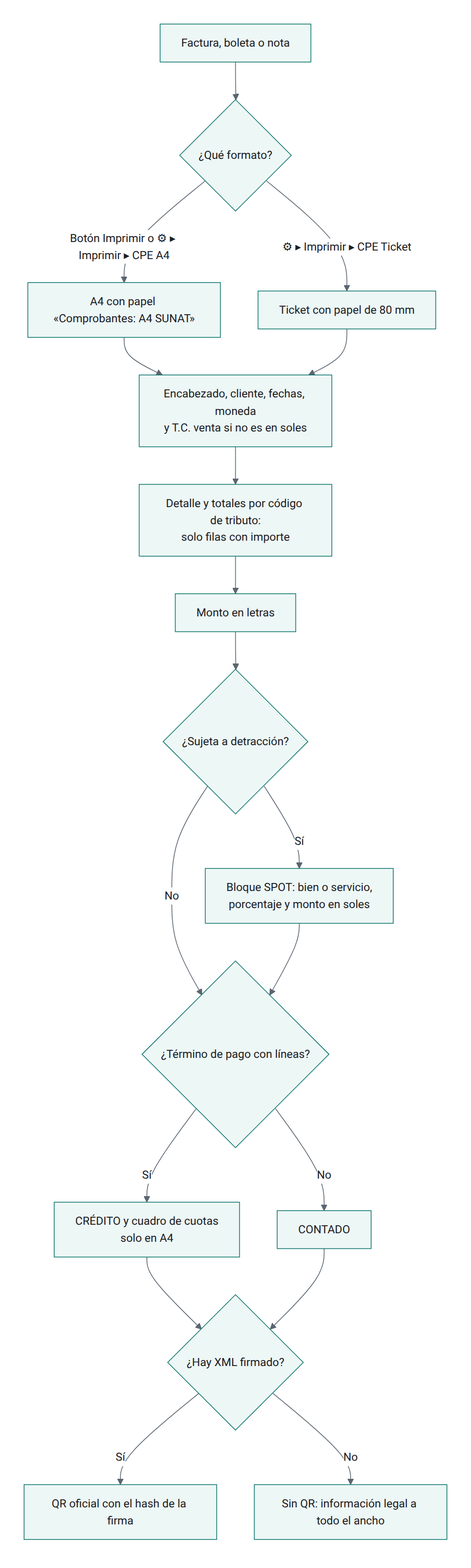
This is al_l10n_pe_invoice/static/description/diagramas/impresion.png from olanoit/ol_new_apps, a Mermaid export, as it was before one commit. Its source is kept beside it as al_l10n_pe_invoice/static/description/diagramas/impresion.mmd. Its diagram source:
```mermaid
flowchart TD
  A[Factura, boleta o nota] --> B{¿Qué formato?}
  B -- "Botón Imprimir o ⚙ ▸ Imprimir ▸ CPE A4" --> C[A4 con papel «Comprobantes: A4 SUNAT»]
  B -- "⚙ ▸ Imprimir ▸ CPE Ticket" --> D[Ticket con papel de 80 mm]
  C --> E[Encabezado, cliente, fechas, moneda<br/>y T.C. venta si no es en soles]
  D --> E
  E --> F[Detalle y totales por código de tributo:<br/>solo filas con importe]
  F --> G[Monto en letras]
  G --> H{¿Sujeta a detracción?}
  H -- Sí --> I[Bloque SPOT: bien o servicio,<br/>porcentaje y monto en soles]
  H -- No --> J
  I --> J{¿Término de pago con líneas?}
  J -- Sí --> K[CRÉDITO y cuadro de cuotas<br/>solo en A4]
  J -- No --> L[CONTADO]
  K --> M{¿Hay XML firmado?}
  L --> M
  M -- Sí --> N[QR oficial con el hash de la firma]
  M -- No --> O[Sin QR: información legal a todo el ancho]
```
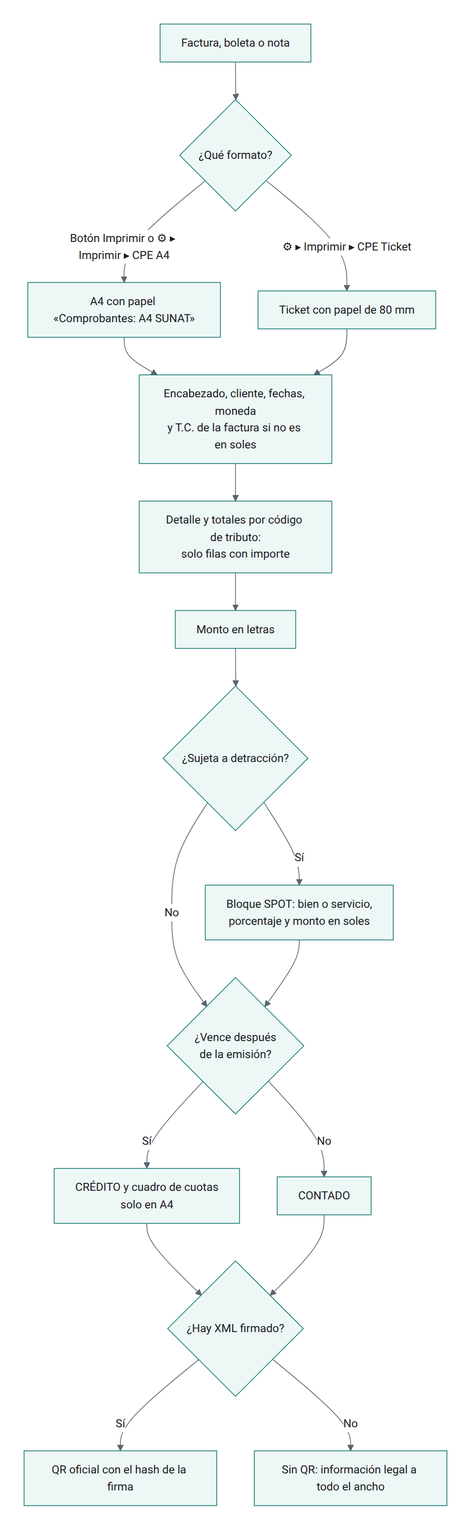
Later version of the same file.

Change to the diagram source:
```diff
@@ -2,14 +2,14 @@
   A[Factura, boleta o nota] --> B{¿Qué formato?}
   B -- "Botón Imprimir o ⚙ ▸ Imprimir ▸ CPE A4" --> C[A4 con papel «Comprobantes: A4 SUNAT»]
   B -- "⚙ ▸ Imprimir ▸ CPE Ticket" --> D[Ticket con papel de 80 mm]
-  C --> E[Encabezado, cliente, fechas, moneda<br/>y T.C. venta si no es en soles]
+  C --> E[Encabezado, cliente, fechas, moneda<br/>y T.C. de la factura si no es en soles]
   D --> E
   E --> F[Detalle y totales por código de tributo:<br/>solo filas con importe]
   F --> G[Monto en letras]
   G --> H{¿Sujeta a detracción?}
   H -- Sí --> I[Bloque SPOT: bien o servicio,<br/>porcentaje y monto en soles]
   H -- No --> J
-  I --> J{¿Término de pago con líneas?}
+  I --> J{¿Vence después<br/>de la emisión?}
   J -- Sí --> K[CRÉDITO y cuadro de cuotas<br/>solo en A4]
   J -- No --> L[CONTADO]
   K --> M{¿Hay XML firmado?}
```
